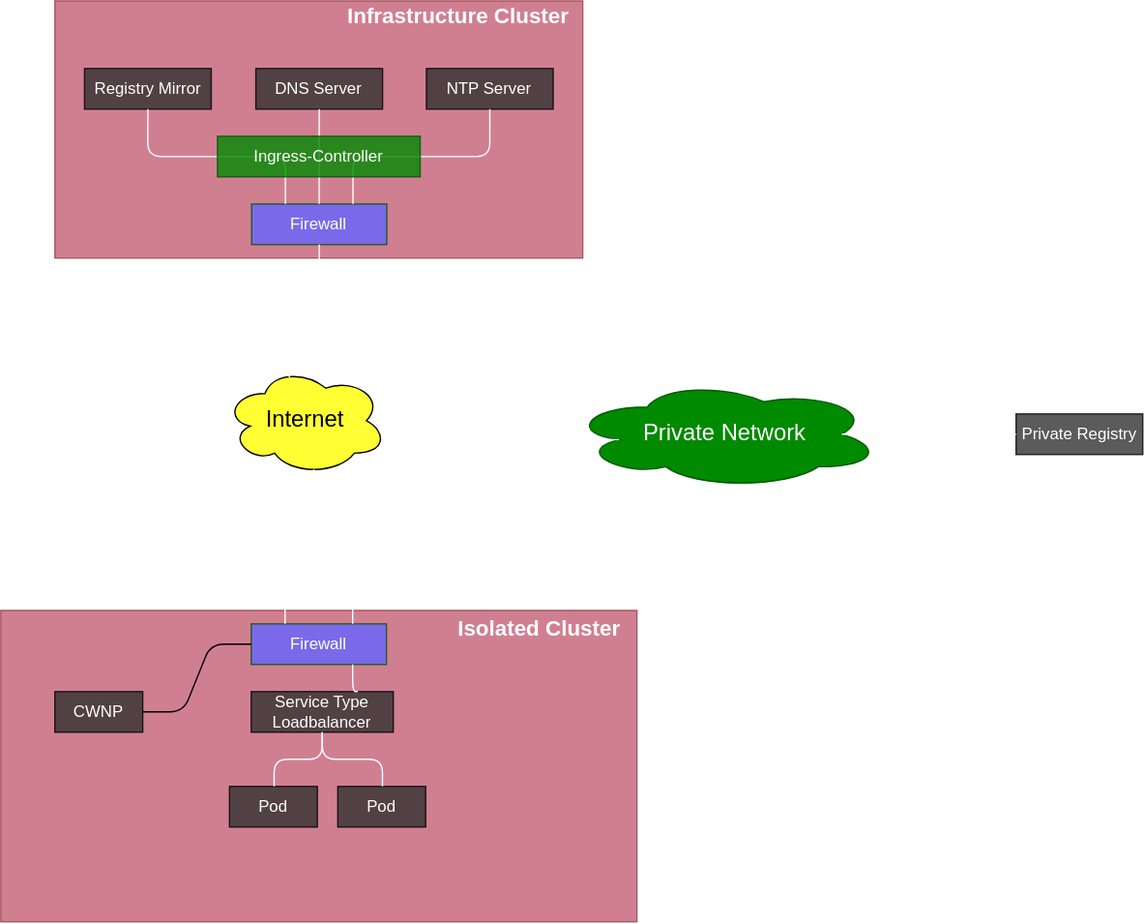
This is docs/src/overview/isolated-kubernetes.drawio.svg from metal-stack/docs, a draw.io export, as it was before one commit. Source tidied: cells renumbered, new cells last; positions are measured from the earlier drawing's top-left corner, leaving out a move shared by most shapes.
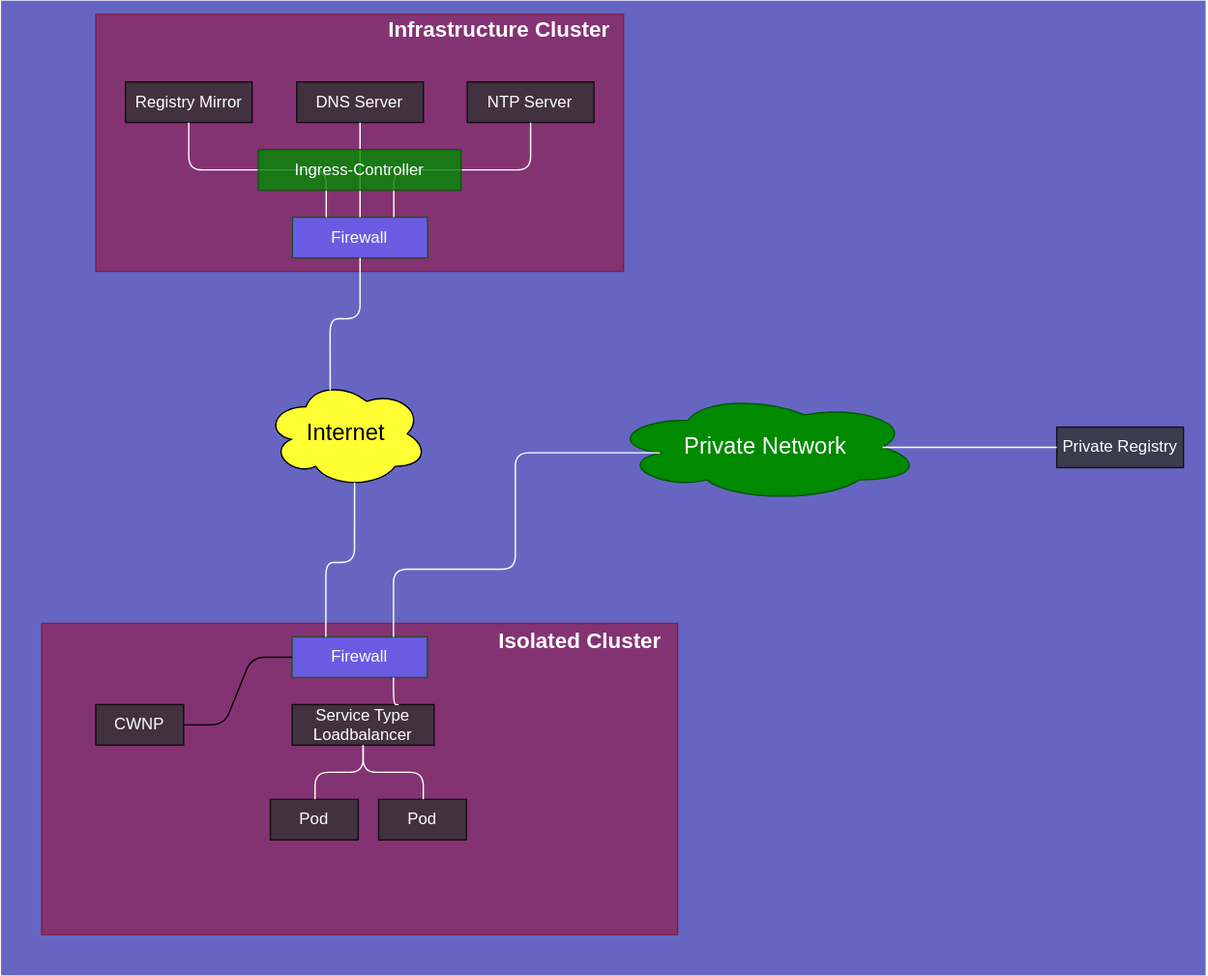
After the change.

The edit, as a diff of the source:
```diff
@@ -2,6 +2,9 @@
   <root>
     <mxCell id="0" />
     <mxCell id="1" parent="0" />
+    <mxCell id="32" style="rounded=0;whiteSpace=wrap;html=1;fillColor=#000099;strokeColor=none;opacity=60;" parent="1" vertex="1">
+      <mxGeometry x="-30" y="-10" width="890" height="720" as="geometry" />
+    </mxCell>
     <mxCell id="2" style="group;" parent="1" vertex="1">
       <mxGeometry y="450" width="470" height="230" as="geometry" />
     </mxCell>
```
